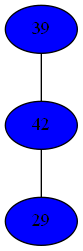
Above: Compiler/16phiGraph.png in mbajaj92/Project-Astoria (Graphviz), before the change. Its source is kept beside it as Compiler/16phiGraph.dot. The source it was exported from:
```dot
strict graph {
39[label="39" style=filled fillcolor="blue1"];
39 -- 42
42[label="42" style=filled fillcolor="blue1"];
42 -- 39
42 -- 29
29[label="29" style=filled fillcolor="blue1"];
29 -- 42
}
```
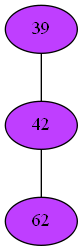
The same diagram one commit later.

What changed in the source:
```diff
@@ -1,9 +1,9 @@
 strict graph {
-39[label="39" style=filled fillcolor="blue1"];
+39[label="39" style=filled fillcolor="darkorchid1"];
 39 -- 42
-42[label="42" style=filled fillcolor="blue1"];
+42[label="42" style=filled fillcolor="darkorchid1"];
 42 -- 39
-42 -- 29
-29[label="29" style=filled fillcolor="blue1"];
-29 -- 42
+42 -- 62
+62[label="62" style=filled fillcolor="darkorchid1"];
+62 -- 42
 }
```
